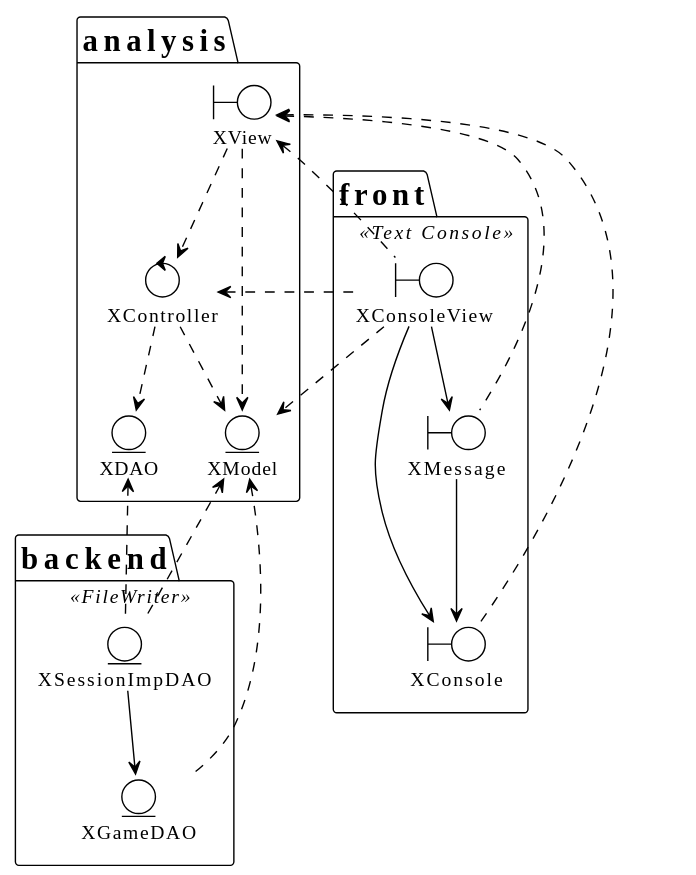
Above: docs/console/architecture_desing/analysis-architecture.svg in PacoMorando/multiplatform-master-mind (PlantUML), before the change.
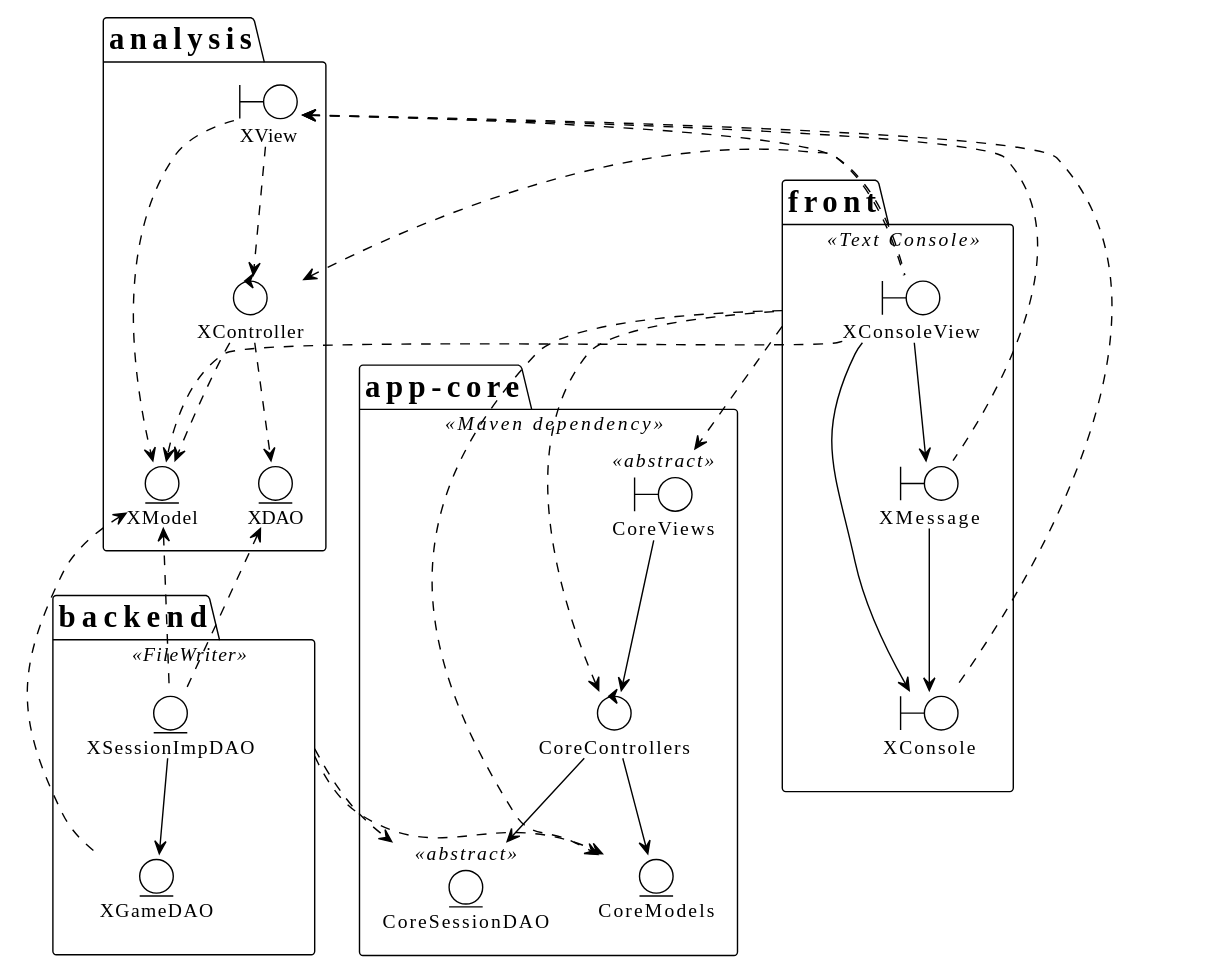
After the commit.

What changed in the source:
```diff
@@ -39,4 +39,21 @@
 XSessionImpDAO --> XGameDAO
 XGameDAO .up.> XModel
 
+package app-core <<Maven dependency>> {
+    entity CoreSessionDAO <<abstract>>
+    boundary CoreViews <<abstract>>
+    control CoreControllers
+    entity CoreModels
+}
+
+CoreControllers --> CoreModels
+CoreControllers --> CoreSessionDAO
+CoreViews --> CoreControllers
+
+front .left.> CoreControllers
+front .down.> CoreViews
+front .down.> CoreModels
+backend ..> CoreSessionDAO
+backend ..> CoreModels
+
 @enduml
```
